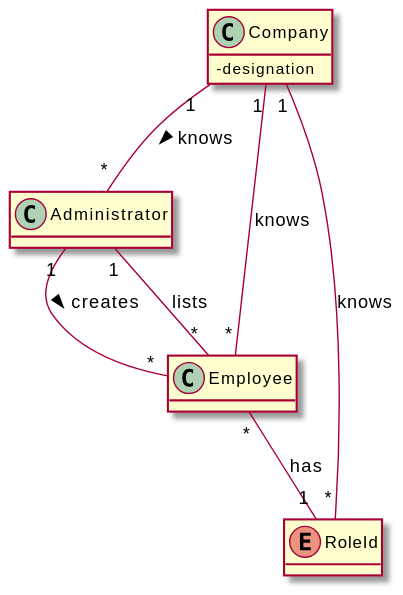
Before: docs/SprintB/US11/DM/US11_DM.svg, a diagram exported from PlantUML (miseEnPlace-i/lapr2).
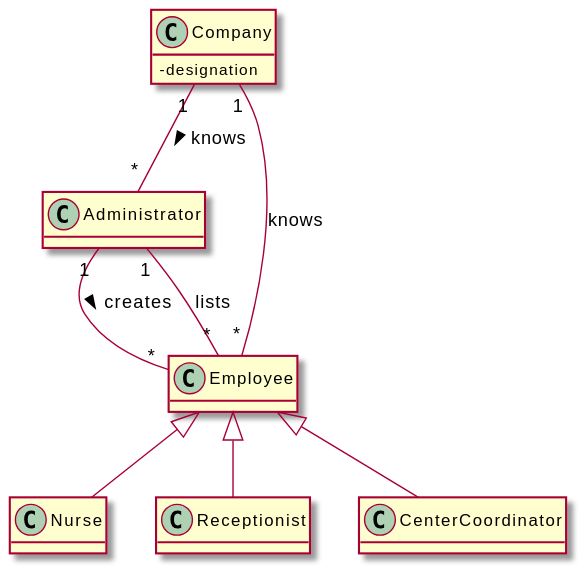
Above is the later version.

Commit message:
docs(US11): added user roles enum

What changed in the source:
```diff
@@ -11,15 +11,14 @@
   - designation
 }
 
-enum RoleId {}
-
 Administrator "1" -- "*" Employee : creates >
 Administrator "1" -- "*" Employee : lists
 
 Company "1" -- "*" Administrator : knows  >
 Company "1" -- "*" Employee : knows
 
-Company "1" -- "*" RoleId : knows
-Employee "*" -- "1" RoleId : has
+Employee <|-- Nurse
+Employee <|-- Receptionist
+Employee <|-- CenterCoordinator
 
 @enduml
```
